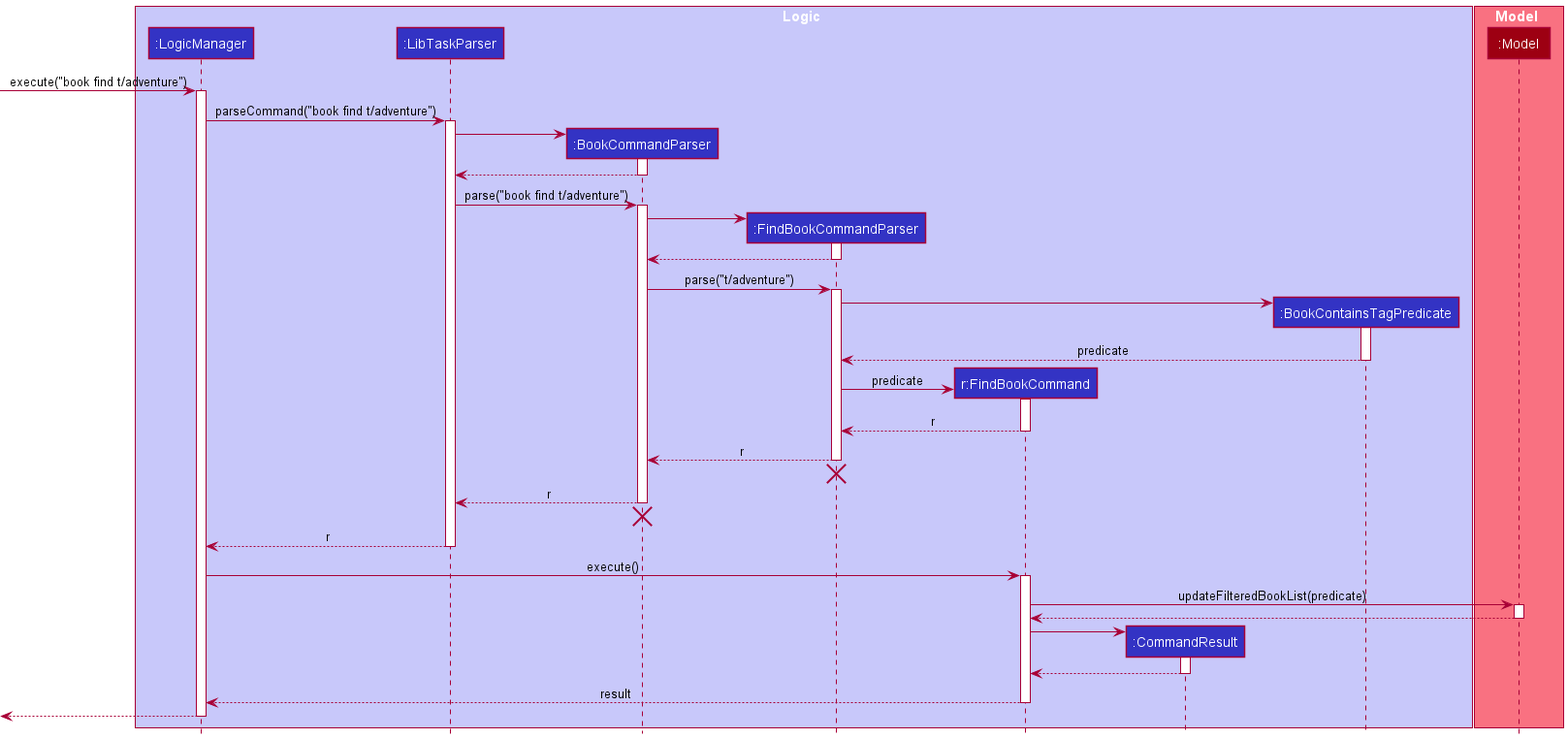
Earlier version of the PlantUML export docs/images/FindBookCommandSequenceDiagram.png (yuqitanyq/tp).
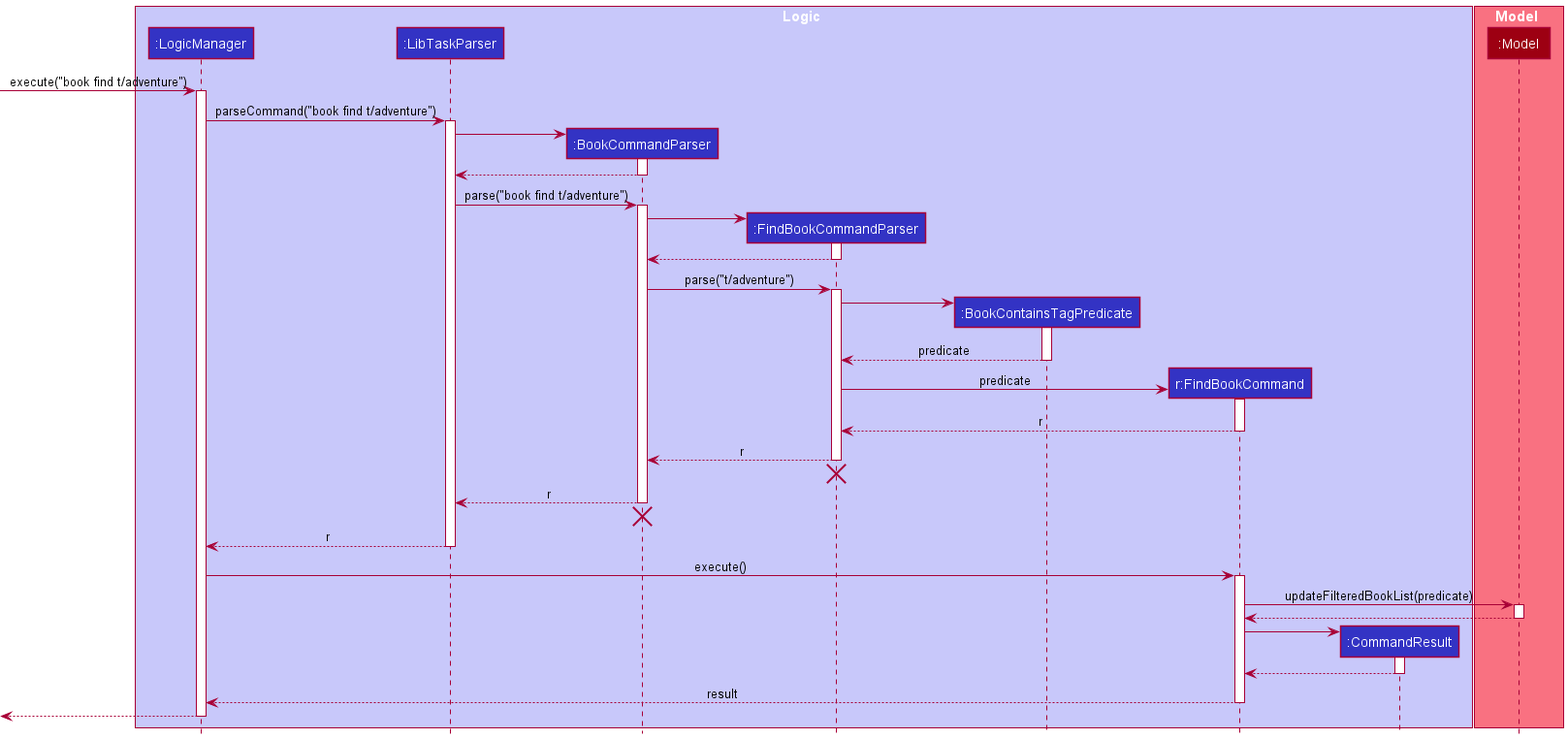
The same file after the commit.

Commit message:
Change png files for Sequence diagram

Change to the diagram source:
```diff
@@ -6,9 +6,9 @@
 participant ":LibTaskParser" as LibTaskParser LOGIC_COLOR
 participant ":BookCommandParser" as BookCommandParser LOGIC_COLOR
 participant ":FindBookCommandParser" as FindBookCommandParser LOGIC_COLOR
+participant ":BookContainsTagPredicate" as BookContainsTagPredicate LOGIC_COLOR
 participant "r:FindBookCommand" as FindBookCommand LOGIC_COLOR
 participant ":CommandResult" as CommandResult LOGIC_COLOR
-participant ":BookContainsTagPredicate" as BookContainsTagPredicate LOGIC_COLOR
 end box
 
 box Model MODEL_COLOR_T1
```
